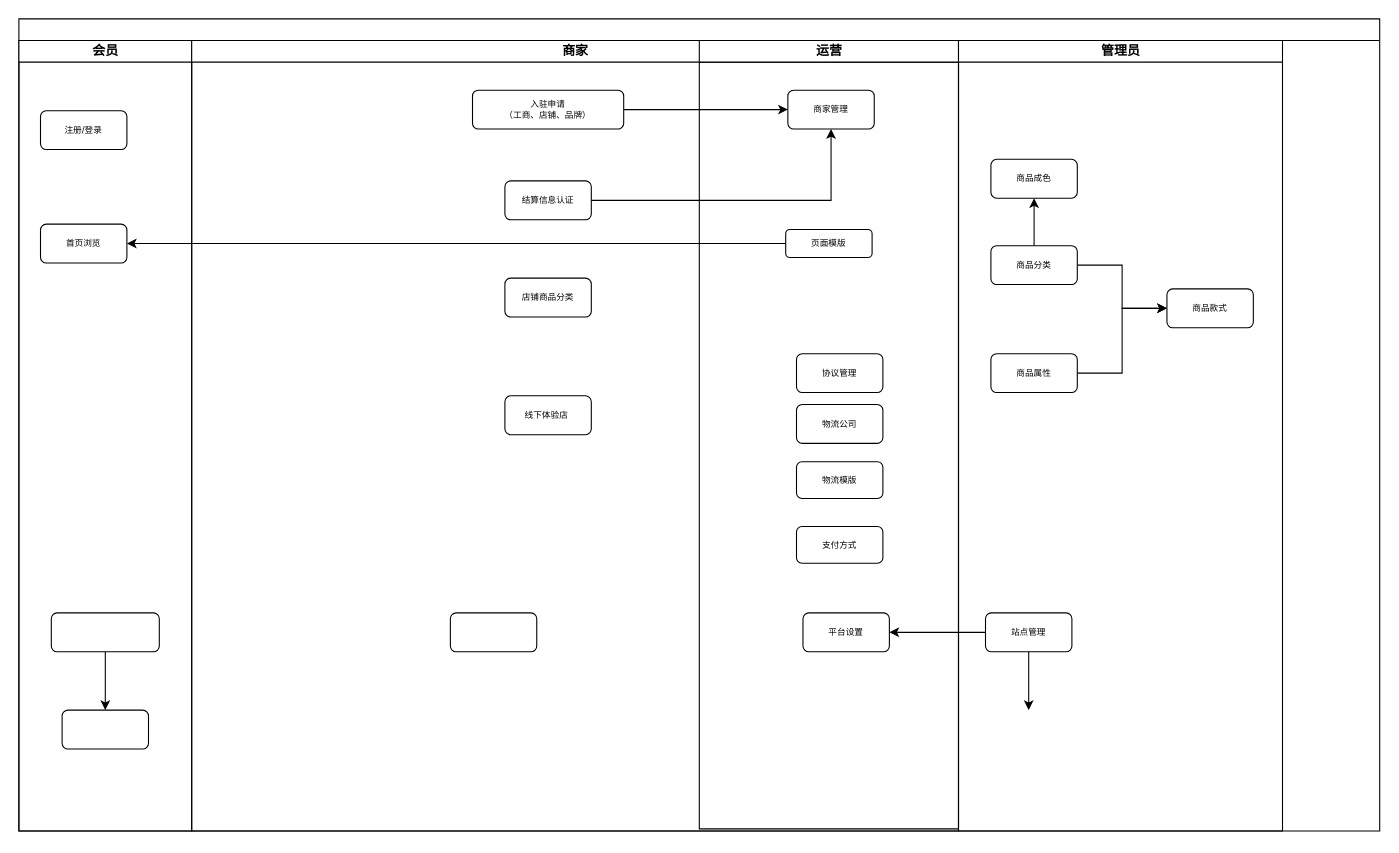
The draw.io diagram page "产业链" (2 of 3) of Untitled Diagram.drawio in ics86/ThisIsTest, before the edit. Source tidied: cells renumbered, new cells numbered last; positions are measured from the earlier drawing's top-left corner, leaving out a move shared by most shapes. Both pictures are drawn from the tidied source at 108%, with x=0, y=0 at pixel (18, 18).
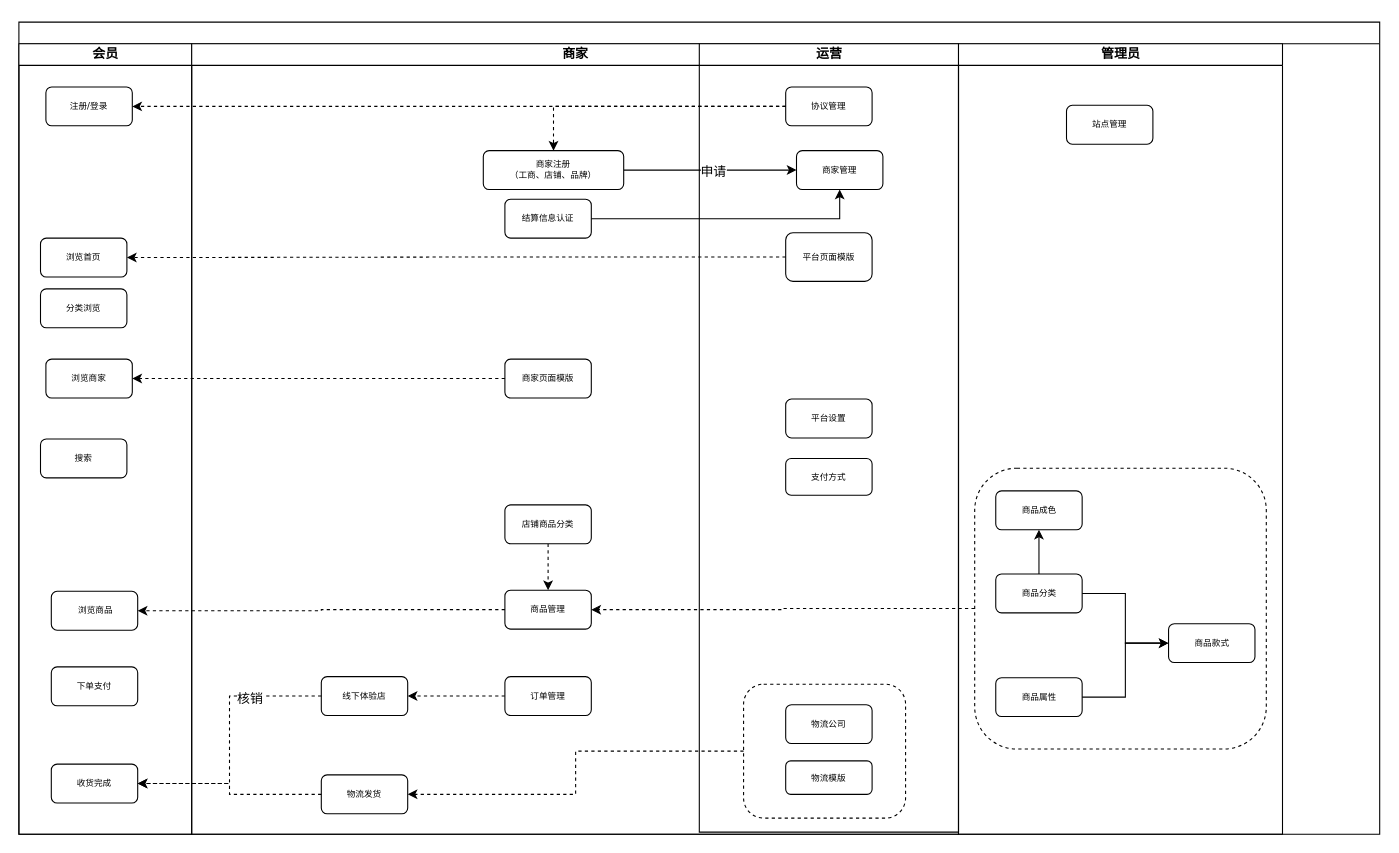
The same page after the edit.

The change refers to these unchanged cells:
```xml
<mxCell id="3" value="会员" style="swimlane;html=1;startSize=20;" parent="2" vertex="1">
  <mxGeometry y="20" width="160" height="732" as="geometry" />
</mxCell>
<mxCell id="8" value="商家" style="swimlane;html=1;startSize=20;" parent="2" vertex="1">
  <mxGeometry x="160" y="20" width="710" height="732" as="geometry" />
</mxCell>
<mxCell id="10" style="edgeStyle=orthogonalEdgeStyle;rounded=0;jettySize=auto;html=1;" parent="8" edge="1" source="11" target="14">
  <mxGeometry relative="1" as="geometry" />
</mxCell>
<mxCell id="13" value="运营" style="swimlane;html=1;startSize=20;" parent="8" vertex="1">
  <mxGeometry x="470" width="240" height="730" as="geometry" />
</mxCell>
<mxCell id="25" value="管理员" style="swimlane;html=1;startSize=20;" parent="2" vertex="1">
  <mxGeometry x="870" y="20" width="300" height="732" as="geometry" />
</mxCell>
```

Diff of the diagram source:
```diff
@@
+    <mxCell id="37" style="group;" parent="1" vertex="1">
+      <mxGeometry width="1260" height="752" as="geometry" />
+    </mxCell>
-    <mxCell id="2" style="swimlane;html=1;startSize=20;rounded=0;shadow=0;labelBackgroundColor=none;strokeColor=#000000;strokeWidth=1;fillColor=#ffffff;fontFamily=Verdana;fontSize=8;fontColor=#000000;align=center;" parent="1" vertex="1">
-      <mxGeometry width="1260" height="752" as="geometry" />
+    <mxCell id="2" style="swimlane;html=1;startSize=20;rounded=0;shadow=0;labelBackgroundColor=none;strokeColor=#000000;strokeWidth=1;fillColor=#ffffff;fontFamily=Verdana;fontSize=8;fontColor=#000000;align=center;" parent="37" vertex="1">
+      <mxGeometry y="3" width="1260" height="752" as="geometry" />
     </mxCell>
@@
-    <mxCell id="4" value="首页浏览" style="rounded=1;whiteSpace=wrap;html=1;shadow=0;labelBackgroundColor=none;strokeColor=#000000;strokeWidth=1;fillColor=#ffffff;fontFamily=Verdana;fontSize=8;fontColor=#000000;align=center;" parent="3" vertex="1">
-      <mxGeometry x="20" y="170" width="80" height="36" as="geometry" />
+    <mxCell id="4" value="浏览首页" style="rounded=1;whiteSpace=wrap;html=1;shadow=0;labelBackgroundColor=none;strokeColor=#000000;strokeWidth=1;fillColor=#ffffff;fontFamily=Verdana;fontSize=8;fontColor=#000000;align=center;" parent="3" vertex="1">
+      <mxGeometry x="20" y="180" width="80" height="36" as="geometry" />
     </mxCell>
-    <mxCell id="5" style="edgeStyle=none;rounded=0;jettySize=auto;html=1;" parent="3" edge="1" source="6" target="7">
-      <mxGeometry relative="1" as="geometry" />
-    </mxCell>
-    <mxCell id="6" style="rounded=1;whiteSpace=wrap;html=1;shadow=0;labelBackgroundColor=none;strokeColor=#000000;strokeWidth=1;fillColor=#ffffff;fontFamily=Verdana;fontSize=8;fontColor=#000000;align=center;" parent="3" vertex="1">
-      <mxGeometry x="30" y="530" width="100" height="36" as="geometry" />
-    </mxCell>
-    <mxCell id="7" style="rounded=1;whiteSpace=wrap;html=1;shadow=0;labelBackgroundColor=none;strokeColor=#000000;strokeWidth=1;fillColor=#ffffff;fontFamily=Verdana;fontSize=8;fontColor=#000000;align=center;" parent="3" vertex="1">
-      <mxGeometry x="40" y="620" width="80" height="36" as="geometry" />
+    <mxCell id="7" value="&amp;nbsp;浏览商品" style="rounded=1;whiteSpace=wrap;html=1;shadow=0;labelBackgroundColor=none;strokeColor=#000000;strokeWidth=1;fillColor=#ffffff;fontFamily=Verdana;fontSize=8;fontColor=#000000;align=center;" parent="3" vertex="1">
+      <mxGeometry x="30" y="507" width="80" height="36" as="geometry" />
     </mxCell>
+    <mxCell id="38" value="下单支付" style="rounded=1;whiteSpace=wrap;html=1;shadow=0;labelBackgroundColor=none;strokeColor=#000000;strokeWidth=1;fillColor=#ffffff;fontFamily=Verdana;fontSize=8;fontColor=#000000;align=center;" parent="3" vertex="1">
+      <mxGeometry x="30" y="577" width="80" height="36" as="geometry" />
+    </mxCell>
+    <mxCell id="12" value="浏览商家" style="rounded=1;whiteSpace=wrap;html=1;shadow=0;labelBackgroundColor=none;strokeColor=#000000;strokeWidth=1;fillColor=#ffffff;fontFamily=Verdana;fontSize=8;fontColor=#000000;align=center;" parent="3" vertex="1">
+      <mxGeometry x="25" y="292" width="80" height="36" as="geometry" />
+    </mxCell>
+    <mxCell id="9" value="注册/登录" style="rounded=1;whiteSpace=wrap;html=1;shadow=0;labelBackgroundColor=none;strokeColor=#000000;strokeWidth=1;fillColor=#ffffff;fontFamily=Verdana;fontSize=8;fontColor=#000000;align=center;" parent="3" vertex="1">
+      <mxGeometry x="25" y="40" width="80" height="36" as="geometry" />
+    </mxCell>
+    <mxCell id="39" value="收货完成" style="rounded=1;whiteSpace=wrap;html=1;shadow=0;labelBackgroundColor=none;strokeColor=#000000;strokeWidth=1;fillColor=#ffffff;fontFamily=Verdana;fontSize=8;fontColor=#000000;align=center;" parent="3" vertex="1">
+      <mxGeometry x="30" y="667" width="80" height="36" as="geometry" />
+    </mxCell>
+    <mxCell id="40" value="分类浏览" style="rounded=1;whiteSpace=wrap;html=1;shadow=0;labelBackgroundColor=none;strokeColor=#000000;strokeWidth=1;fillColor=#ffffff;fontFamily=Verdana;fontSize=8;fontColor=#000000;align=center;" parent="3" vertex="1">
+      <mxGeometry x="20" y="227" width="80" height="36" as="geometry" />
+    </mxCell>
+    <mxCell id="41" value="搜索" style="rounded=1;whiteSpace=wrap;html=1;shadow=0;labelBackgroundColor=none;strokeColor=#000000;strokeWidth=1;fillColor=#ffffff;fontFamily=Verdana;fontSize=8;fontColor=#000000;align=center;" parent="3" vertex="1">
+      <mxGeometry x="20" y="366" width="80" height="36" as="geometry" />
+    </mxCell>
@@
-    <mxCell id="9" value="注册/登录" style="rounded=1;whiteSpace=wrap;html=1;shadow=0;labelBackgroundColor=none;strokeColor=#000000;strokeWidth=1;fillColor=#ffffff;fontFamily=Verdana;fontSize=8;fontColor=#000000;align=center;" parent="8" vertex="1">
-      <mxGeometry x="-140" y="65" width="80" height="36" as="geometry" />
-    </mxCell>
@@
+    <mxCell id="42" value="申请" style="text;html=1;align=center;verticalAlign=middle;labelBackgroundColor=#ffffff;" parent="10" vertex="1">
+      <mxGeometry x="0.02" y="-1" relative="1" as="geometry" />
+    </mxCell>
-    <mxCell id="11" value="入驻申请&lt;br&gt;（工商、店铺、品牌）" style="rounded=1;whiteSpace=wrap;html=1;shadow=0;labelBackgroundColor=none;strokeColor=#000000;strokeWidth=1;fillColor=#ffffff;fontFamily=Verdana;fontSize=8;fontColor=#000000;align=center;" parent="8" vertex="1">
-      <mxGeometry x="260" y="46" width="140" height="36" as="geometry" />
+    <mxCell id="11" value="商家注册&lt;br&gt;（工商、店铺、品牌）" style="rounded=1;whiteSpace=wrap;html=1;shadow=0;labelBackgroundColor=none;strokeColor=#000000;strokeWidth=1;fillColor=#ffffff;fontFamily=Verdana;fontSize=8;fontColor=#000000;align=center;" parent="8" vertex="1">
+      <mxGeometry x="270" y="99" width="130" height="36" as="geometry" />
     </mxCell>
-    <mxCell id="12" style="rounded=1;whiteSpace=wrap;html=1;shadow=0;labelBackgroundColor=none;strokeColor=#000000;strokeWidth=1;fillColor=#ffffff;fontFamily=Verdana;fontSize=8;fontColor=#000000;align=center;" parent="8" vertex="1">
-      <mxGeometry x="239.5" y="530" width="80" height="36" as="geometry" />
-    </mxCell>
@@
     <mxCell id="14" value="商家管理" style="rounded=1;whiteSpace=wrap;html=1;shadow=0;labelBackgroundColor=none;strokeColor=#000000;strokeWidth=1;fillColor=#ffffff;fontFamily=Verdana;fontSize=8;fontColor=#000000;align=center;" parent="13" vertex="1">
-      <mxGeometry x="82" y="46" width="80" height="36" as="geometry" />
+      <mxGeometry x="90" y="99" width="80" height="36" as="geometry" />
     </mxCell>
     <mxCell id="15" value="平台设置" style="rounded=1;whiteSpace=wrap;html=1;shadow=0;labelBackgroundColor=none;strokeColor=#000000;strokeWidth=1;fillColor=#ffffff;fontFamily=Verdana;fontSize=8;fontColor=#000000;align=center;" parent="13" vertex="1">
-      <mxGeometry x="96" y="530" width="80" height="36" as="geometry" />
+      <mxGeometry x="80" y="329" width="80" height="36" as="geometry" />
     </mxCell>
-    <mxCell id="16" value="页面模版" style="rounded=1;whiteSpace=wrap;html=1;shadow=0;labelBackgroundColor=none;strokeColor=#000000;strokeWidth=1;fillColor=#ffffff;fontFamily=Verdana;fontSize=8;fontColor=#000000;align=center;" parent="13" vertex="1">
-      <mxGeometry x="80" y="175" width="80" height="26" as="geometry" />
+    <mxCell id="16" value="平台页面模版" style="rounded=1;whiteSpace=wrap;html=1;shadow=0;labelBackgroundColor=none;strokeColor=#000000;strokeWidth=1;fillColor=#ffffff;fontFamily=Verdana;fontSize=8;fontColor=#000000;align=center;" parent="13" vertex="1">
+      <mxGeometry x="80" y="175" width="80" height="45" as="geometry" />
     </mxCell>
     <mxCell id="17" value="协议管理" style="rounded=1;whiteSpace=wrap;html=1;shadow=0;labelBackgroundColor=none;strokeColor=#000000;strokeWidth=1;fillColor=#ffffff;fontFamily=Verdana;fontSize=8;fontColor=#000000;align=center;" parent="13" vertex="1">
-      <mxGeometry x="90" y="290" width="80" height="36" as="geometry" />
+      <mxGeometry x="80" y="40" width="80" height="36" as="geometry" />
     </mxCell>
+    <mxCell id="20" value="支付方式" style="rounded=1;whiteSpace=wrap;html=1;shadow=0;labelBackgroundColor=none;strokeColor=#000000;strokeWidth=1;fillColor=#ffffff;fontFamily=Verdana;fontSize=8;fontColor=#000000;align=center;" parent="13" vertex="1">
+      <mxGeometry x="80" y="384" width="80" height="34" as="geometry" />
+    </mxCell>
+    <mxCell id="43" style="group;dashed=1;" parent="13" vertex="1">
+      <mxGeometry x="41" y="586" width="150" height="124" as="geometry" />
+    </mxCell>
+    <mxCell id="44" style="rounded=1;whiteSpace=wrap;html=1;dashed=1;" parent="43" vertex="1">
+      <mxGeometry y="7" width="150" height="124" as="geometry" />
+    </mxCell>
+    <mxCell id="19" value="物流模版" style="rounded=1;whiteSpace=wrap;html=1;shadow=0;labelBackgroundColor=none;strokeColor=#000000;strokeWidth=1;fillColor=#ffffff;fontFamily=Verdana;fontSize=8;fontColor=#000000;align=center;" parent="43" vertex="1">
+      <mxGeometry x="39" y="78" width="80" height="31" as="geometry" />
+    </mxCell>
-    <mxCell id="18" value="物流公司" style="rounded=1;whiteSpace=wrap;html=1;shadow=0;labelBackgroundColor=none;strokeColor=#000000;strokeWidth=1;fillColor=#ffffff;fontFamily=Verdana;fontSize=8;fontColor=#000000;align=center;" parent="13" vertex="1">
-      <mxGeometry x="90" y="337" width="80" height="36" as="geometry" />
+    <mxCell id="18" value="物流公司" style="rounded=1;whiteSpace=wrap;html=1;shadow=0;labelBackgroundColor=none;strokeColor=#000000;strokeWidth=1;fillColor=#ffffff;fontFamily=Verdana;fontSize=8;fontColor=#000000;align=center;" parent="43" vertex="1">
+      <mxGeometry x="39" y="26" width="80" height="36" as="geometry" />
     </mxCell>
-    <mxCell id="19" value="物流模版" style="rounded=1;whiteSpace=wrap;html=1;shadow=0;labelBackgroundColor=none;strokeColor=#000000;strokeWidth=1;fillColor=#ffffff;fontFamily=Verdana;fontSize=8;fontColor=#000000;align=center;" parent="13" vertex="1">
-      <mxGeometry x="90" y="390" width="80" height="34" as="geometry" />
-    </mxCell>
-    <mxCell id="20" value="支付方式" style="rounded=1;whiteSpace=wrap;html=1;shadow=0;labelBackgroundColor=none;strokeColor=#000000;strokeWidth=1;fillColor=#ffffff;fontFamily=Verdana;fontSize=8;fontColor=#000000;align=center;" parent="13" vertex="1">
-      <mxGeometry x="90" y="450" width="80" height="34" as="geometry" />
-    </mxCell>
     <mxCell id="21" value="结算信息认证" style="rounded=1;whiteSpace=wrap;html=1;shadow=0;labelBackgroundColor=none;strokeColor=#000000;strokeWidth=1;fillColor=#ffffff;fontFamily=Verdana;fontSize=8;fontColor=#000000;align=center;" parent="8" vertex="1">
-      <mxGeometry x="290" y="130" width="80" height="36" as="geometry" />
+      <mxGeometry x="290" y="144" width="80" height="36" as="geometry" />
     </mxCell>
@@
+    <mxCell id="45" style="edgeStyle=orthogonalEdgeStyle;rounded=0;jettySize=auto;html=1;entryX=0.5;entryY=0;entryDx=0;entryDy=0;dashed=1;" parent="8" edge="1" source="23" target="6">
+      <mxGeometry relative="1" as="geometry" />
+    </mxCell>
     <mxCell id="23" value="店铺商品分类" style="rounded=1;whiteSpace=wrap;html=1;shadow=0;labelBackgroundColor=none;strokeColor=#000000;strokeWidth=1;fillColor=#ffffff;fontFamily=Verdana;fontSize=8;fontColor=#000000;align=center;" parent="8" vertex="1">
-      <mxGeometry x="290" y="220" width="80" height="36" as="geometry" />
+      <mxGeometry x="290" y="427" width="80" height="36" as="geometry" />
     </mxCell>
+    <mxCell id="46" style="edgeStyle=orthogonalEdgeStyle;rounded=0;jettySize=auto;html=1;dashed=1;" parent="8" edge="1" source="24" target="50">
+      <mxGeometry relative="1" as="geometry" />
+    </mxCell>
-    <mxCell id="24" value="线下体验店&amp;nbsp;" style="rounded=1;whiteSpace=wrap;html=1;shadow=0;labelBackgroundColor=none;strokeColor=#000000;strokeWidth=1;fillColor=#ffffff;fontFamily=Verdana;fontSize=8;fontColor=#000000;align=center;" parent="8" vertex="1">
-      <mxGeometry x="290" y="329" width="80" height="36" as="geometry" />
+    <mxCell id="24" value="订单管理" style="rounded=1;whiteSpace=wrap;html=1;shadow=0;labelBackgroundColor=none;strokeColor=#000000;strokeWidth=1;fillColor=#ffffff;fontFamily=Verdana;fontSize=8;fontColor=#000000;align=center;" parent="8" vertex="1">
+      <mxGeometry x="290" y="586" width="80" height="36" as="geometry" />
     </mxCell>
+    <mxCell id="47" value="商家页面模版" style="rounded=1;whiteSpace=wrap;html=1;shadow=0;labelBackgroundColor=none;strokeColor=#000000;strokeWidth=1;fillColor=#ffffff;fontFamily=Verdana;fontSize=8;fontColor=#000000;align=center;" parent="8" vertex="1">
+      <mxGeometry x="290" y="292" width="80" height="36" as="geometry" />
+    </mxCell>
+    <mxCell id="6" value="商品管理" style="rounded=1;whiteSpace=wrap;html=1;shadow=0;labelBackgroundColor=none;strokeColor=#000000;strokeWidth=1;fillColor=#ffffff;fontFamily=Verdana;fontSize=8;fontColor=#000000;align=center;" parent="8" vertex="1">
+      <mxGeometry x="290" y="506" width="80" height="36" as="geometry" />
+    </mxCell>
+    <mxCell id="48" style="edgeStyle=orthogonalEdgeStyle;rounded=0;jettySize=auto;html=1;entryX=0.5;entryY=0;entryDx=0;entryDy=0;dashed=1;" parent="8" edge="1" source="17" target="11">
+      <mxGeometry relative="1" as="geometry" />
+    </mxCell>
+    <mxCell id="49" value="物流发货" style="rounded=1;whiteSpace=wrap;html=1;shadow=0;labelBackgroundColor=none;strokeColor=#000000;strokeWidth=1;fillColor=#ffffff;fontFamily=Verdana;fontSize=8;fontColor=#000000;align=center;" parent="8" vertex="1">
+      <mxGeometry x="120" y="677" width="80" height="36" as="geometry" />
+    </mxCell>
+    <mxCell id="50" value="线下体验店" style="rounded=1;whiteSpace=wrap;html=1;shadow=0;labelBackgroundColor=none;strokeColor=#000000;strokeWidth=1;fillColor=#ffffff;fontFamily=Verdana;fontSize=8;fontColor=#000000;align=center;" parent="8" vertex="1">
+      <mxGeometry x="120" y="586" width="80" height="36" as="geometry" />
+    </mxCell>
+    <mxCell id="51" style="edgeStyle=orthogonalEdgeStyle;rounded=0;jettySize=auto;html=1;entryX=1;entryY=0.5;entryDx=0;entryDy=0;dashed=1;" parent="8" edge="1" source="44" target="49">
+      <mxGeometry relative="1" as="geometry" />
+    </mxCell>
@@
-    <mxCell id="26" style="edgeStyle=none;rounded=0;jettySize=auto;html=1;entryX=0.5;entryY=0;entryDx=0;entryDy=0;" parent="25" edge="1" source="27">
-      <mxGeometry relative="1" as="geometry">
-        <mxPoint x="65" y="620" as="targetPoint" />
-      </mxGeometry>
-    </mxCell>
     <mxCell id="27" value="站点管理" style="rounded=1;whiteSpace=wrap;html=1;shadow=0;labelBackgroundColor=none;strokeColor=#000000;strokeWidth=1;fillColor=#ffffff;fontFamily=Verdana;fontSize=8;fontColor=#000000;align=center;" parent="25" vertex="1">
-      <mxGeometry x="25" y="530" width="80" height="36" as="geometry" />
+      <mxGeometry x="100" y="57" width="80" height="36" as="geometry" />
     </mxCell>
-    <mxCell id="28" style="edgeStyle=orthogonalEdgeStyle;rounded=0;jettySize=auto;html=1;entryX=0;entryY=0.5;entryDx=0;entryDy=0;" parent="25" edge="1" source="30" target="33">
-      <mxGeometry relative="1" as="geometry" />
-    </mxCell>
-    <mxCell id="29" style="edgeStyle=orthogonalEdgeStyle;rounded=0;jettySize=auto;html=1;" parent="25" edge="1" source="30" target="34">
-      <mxGeometry relative="1" as="geometry" />
-    </mxCell>
+    <mxCell id="52" style="group;" parent="25" vertex="1">
+      <mxGeometry x="15" y="387" width="270" height="260" as="geometry" />
+    </mxCell>
+    <mxCell id="53" style="rounded=1;whiteSpace=wrap;html=1;dashed=1;" parent="52" vertex="1">
+      <mxGeometry y="6" width="270" height="260" as="geometry" />
+    </mxCell>
-    <mxCell id="30" value="商品分类" style="rounded=1;whiteSpace=wrap;html=1;shadow=0;labelBackgroundColor=none;strokeColor=#000000;strokeWidth=1;fillColor=#ffffff;fontFamily=Verdana;fontSize=8;fontColor=#000000;align=center;" parent="25" vertex="1">
-      <mxGeometry x="30" y="190" width="80" height="36" as="geometry" />
+    <mxCell id="30" value="商品分类" style="rounded=1;whiteSpace=wrap;html=1;shadow=0;labelBackgroundColor=none;strokeColor=#000000;strokeWidth=1;fillColor=#ffffff;fontFamily=Verdana;fontSize=8;fontColor=#000000;align=center;" parent="52" vertex="1">
+      <mxGeometry x="19.5" y="104" width="80" height="36" as="geometry" />
     </mxCell>
-    <mxCell id="31" style="edgeStyle=orthogonalEdgeStyle;rounded=0;jettySize=auto;html=1;entryX=0;entryY=0.5;entryDx=0;entryDy=0;" parent="25" edge="1" source="32" target="33">
-      <mxGeometry relative="1" as="geometry" />
-    </mxCell>
-    <mxCell id="32" value="商品属性" style="rounded=1;whiteSpace=wrap;html=1;shadow=0;labelBackgroundColor=none;strokeColor=#000000;strokeWidth=1;fillColor=#ffffff;fontFamily=Verdana;fontSize=8;fontColor=#000000;align=center;" parent="25" vertex="1">
-      <mxGeometry x="30" y="290" width="80" height="36" as="geometry" />
+    <mxCell id="32" value="商品属性" style="rounded=1;whiteSpace=wrap;html=1;shadow=0;labelBackgroundColor=none;strokeColor=#000000;strokeWidth=1;fillColor=#ffffff;fontFamily=Verdana;fontSize=8;fontColor=#000000;align=center;" parent="52" vertex="1">
+      <mxGeometry x="19.5" y="200" width="80" height="36" as="geometry" />
     </mxCell>
-    <mxCell id="33" value="商品款式" style="rounded=1;whiteSpace=wrap;html=1;shadow=0;labelBackgroundColor=none;strokeColor=#000000;strokeWidth=1;fillColor=#ffffff;fontFamily=Verdana;fontSize=8;fontColor=#000000;align=center;" parent="25" vertex="1">
-      <mxGeometry x="193" y="230" width="80" height="36" as="geometry" />
+    <mxCell id="33" value="商品款式" style="rounded=1;whiteSpace=wrap;html=1;shadow=0;labelBackgroundColor=none;strokeColor=#000000;strokeWidth=1;fillColor=#ffffff;fontFamily=Verdana;fontSize=8;fontColor=#000000;align=center;" parent="52" vertex="1">
+      <mxGeometry x="179.5" y="150" width="80" height="36" as="geometry" />
     </mxCell>
+    <mxCell id="28" style="edgeStyle=orthogonalEdgeStyle;rounded=0;jettySize=auto;html=1;entryX=0;entryY=0.5;entryDx=0;entryDy=0;" parent="52" edge="1" source="30" target="33">
+      <mxGeometry relative="1" as="geometry" />
+    </mxCell>
+    <mxCell id="31" style="edgeStyle=orthogonalEdgeStyle;rounded=0;jettySize=auto;html=1;entryX=0;entryY=0.5;entryDx=0;entryDy=0;" parent="52" edge="1" source="32" target="33">
+      <mxGeometry relative="1" as="geometry" />
+    </mxCell>
-    <mxCell id="34" value="商品成色" style="rounded=1;whiteSpace=wrap;html=1;shadow=0;labelBackgroundColor=none;strokeColor=#000000;strokeWidth=1;fillColor=#ffffff;fontFamily=Verdana;fontSize=8;fontColor=#000000;align=center;" parent="25" vertex="1">
-      <mxGeometry x="30" y="110" width="80" height="36" as="geometry" />
+    <mxCell id="34" value="商品成色" style="rounded=1;whiteSpace=wrap;html=1;shadow=0;labelBackgroundColor=none;strokeColor=#000000;strokeWidth=1;fillColor=#ffffff;fontFamily=Verdana;fontSize=8;fontColor=#000000;align=center;" parent="52" vertex="1">
+      <mxGeometry x="19.5" y="27" width="80" height="36" as="geometry" />
     </mxCell>
-    <mxCell id="35" style="edgeStyle=orthogonalEdgeStyle;rounded=0;jettySize=auto;html=1;" parent="2" edge="1" source="27" target="15">
-      <mxGeometry relative="1" as="geometry" />
-    </mxCell>
+    <mxCell id="29" style="edgeStyle=orthogonalEdgeStyle;rounded=0;jettySize=auto;html=1;" parent="52" edge="1" source="30" target="34">
+      <mxGeometry relative="1" as="geometry" />
+    </mxCell>
-    <mxCell id="36" style="edgeStyle=orthogonalEdgeStyle;rounded=0;jettySize=auto;html=1;" parent="2" edge="1" source="16" target="4">
+    <mxCell id="36" style="edgeStyle=orthogonalEdgeStyle;rounded=0;jettySize=auto;html=1;dashed=1;" parent="2" edge="1" source="16" target="4">
       <mxGeometry relative="1" as="geometry" />
     </mxCell>
+    <mxCell id="54" style="edgeStyle=orthogonalEdgeStyle;rounded=0;jettySize=auto;html=1;dashed=1;" parent="2" edge="1" source="47" target="12">
+      <mxGeometry relative="1" as="geometry" />
+    </mxCell>
+    <mxCell id="55" style="edgeStyle=orthogonalEdgeStyle;rounded=0;jettySize=auto;html=1;entryX=1;entryY=0.5;entryDx=0;entryDy=0;dashed=1;" parent="2" edge="1" source="17" target="9">
+      <mxGeometry relative="1" as="geometry" />
+    </mxCell>
+    <mxCell id="56" style="edgeStyle=orthogonalEdgeStyle;rounded=0;jettySize=auto;html=1;entryX=1;entryY=0.5;entryDx=0;entryDy=0;dashed=1;" parent="2" edge="1" source="53" target="6">
+      <mxGeometry relative="1" as="geometry" />
+    </mxCell>
+    <mxCell id="5" style="edgeStyle=orthogonalEdgeStyle;rounded=0;jettySize=auto;html=1;dashed=1;" parent="2" edge="1" source="6" target="7">
+      <mxGeometry relative="1" as="geometry" />
+    </mxCell>
+    <mxCell id="57" style="edgeStyle=orthogonalEdgeStyle;rounded=0;jettySize=auto;html=1;entryX=1;entryY=0.5;entryDx=0;entryDy=0;dashed=1;" parent="2" edge="1" source="50" target="39">
+      <mxGeometry relative="1" as="geometry" />
+    </mxCell>
+    <mxCell id="58" value="核销" style="text;html=1;align=center;verticalAlign=middle;labelBackgroundColor=#ffffff;" parent="57" vertex="1">
+      <mxGeometry x="-0.47" y="2" relative="1" as="geometry" />
+    </mxCell>
+    <mxCell id="59" style="edgeStyle=orthogonalEdgeStyle;rounded=0;jettySize=auto;html=1;entryX=1;entryY=0.5;entryDx=0;entryDy=0;dashed=1;" parent="2" edge="1" source="49" target="39">
+      <mxGeometry relative="1" as="geometry" />
+    </mxCell>
```
